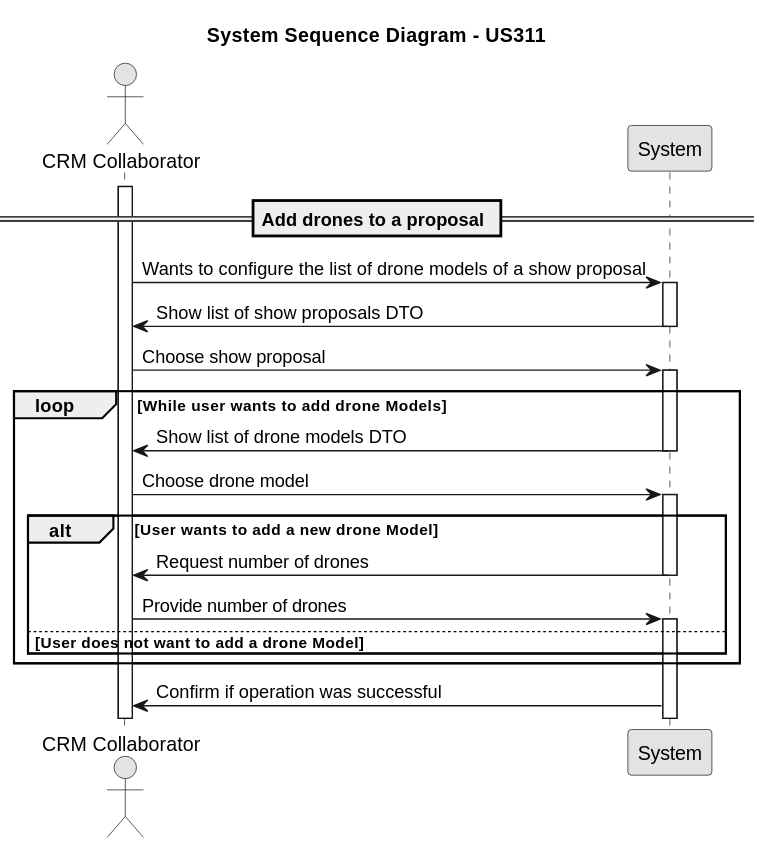
Earlier version of the PlantUML export docs/Sprint3/us_311/images/system-sequence-diagram-US311.svg (rubenFreitas1/ISEP-LAPR4-2024-2025).
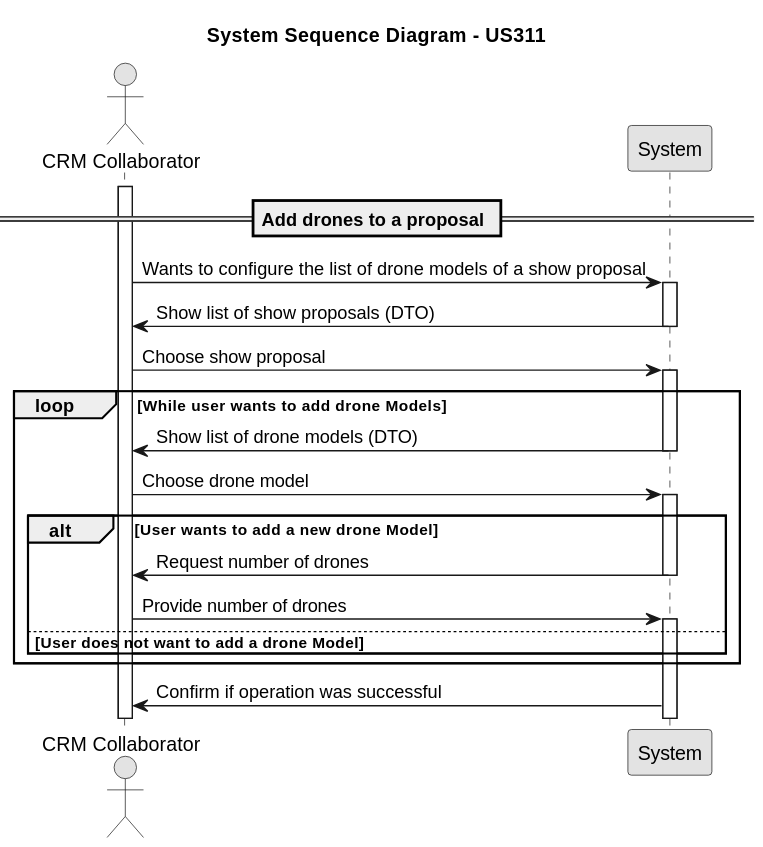
After the commit.

The edit, as a diff of the source:
```diff
@@ -14,7 +14,7 @@
 crmCollaborator -> system : Wants to configure the list of drone models of a show proposal
 activate system
 
-system -> crmCollaborator : Show list of show proposals DTO
+system -> crmCollaborator : Show list of show proposals (DTO)
 deactivate system
 crmCollaborator -> system : Choose show proposal
 
@@ -22,7 +22,7 @@
 
 loop While user wants to add drone Models
 
-system -> crmCollaborator : Show list of drone models DTO
+system -> crmCollaborator : Show list of drone models (DTO)
 deactivate system
 
 crmCollaborator -> system : Choose drone model
```
